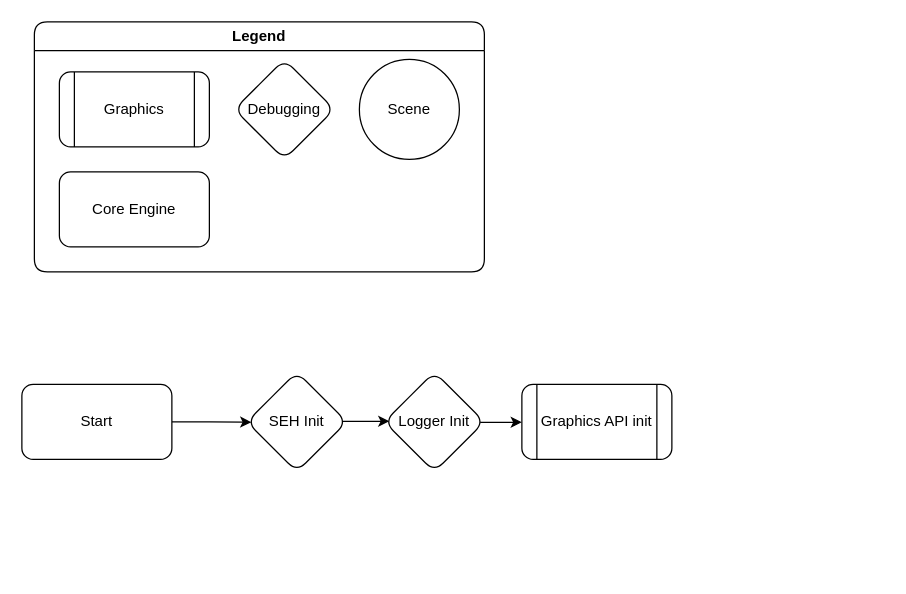
Before: _doc/diagrams/saved/engine-init.drawio in raging-loon/radium-engine-2.0, a draw.io diagram. Source tidied: cells renumbered, new cells numbered last; positions are measured from the earlier drawing's top-left corner, leaving out a move shared by most shapes. Both pictures are drawn from the tidied source at 125%, with x=0, y=0 at pixel (21, 21).
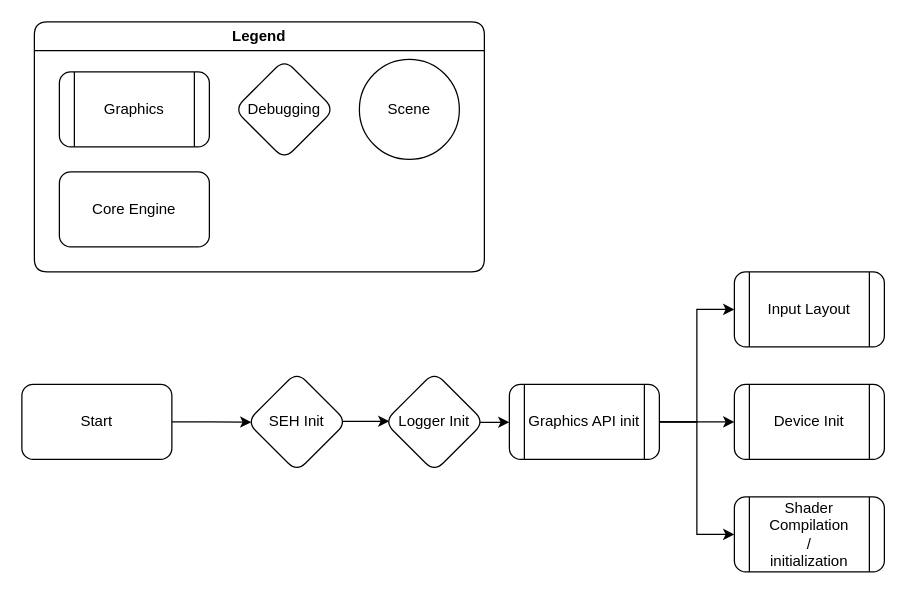
After the change.

Diff of the diagram source:
```diff
@@
 <mxGraphModel>
   <root>
     <mxCell id="0" />
     <mxCell id="1" parent="0" />
     <mxCell id="2" style="edgeStyle=orthogonalEdgeStyle;rounded=0;jettySize=auto;html=1;entryX=0.045;entryY=0.503;entryDx=0;entryDy=0;fontFamily=Helvetica;fontSize=12;fontColor=default;entryPerimeter=0;" parent="1" edge="1" source="3" target="10">
       <mxGeometry relative="1" as="geometry" />
     </mxCell>
     <mxCell id="3" value="Start" style="rounded=1;whiteSpace=wrap;html=1;" parent="1" vertex="1">
       <mxGeometry y="290" width="120" height="60" as="geometry" />
     </mxCell>
     <mxCell id="4" value="Legend" style="swimlane;whiteSpace=wrap;html=1;rounded=1;strokeColor=default;align=center;verticalAlign=middle;fontFamily=Helvetica;fontSize=12;fontColor=default;fillColor=default;" parent="1" vertex="1">
       <mxGeometry x="10" width="360" height="200" as="geometry" />
     </mxCell>
     <mxCell id="5" value="Graphics" style="shape=process;whiteSpace=wrap;html=1;backgroundOutline=1;rounded=1;strokeColor=default;align=center;verticalAlign=middle;fontFamily=Helvetica;fontSize=12;fontColor=default;fillColor=default;" parent="4" vertex="1">
       <mxGeometry x="20" y="40" width="120" height="60" as="geometry" />
     </mxCell>
     <mxCell id="6" value="Debugging" style="rhombus;whiteSpace=wrap;html=1;rounded=1;strokeColor=default;align=center;verticalAlign=middle;fontFamily=Helvetica;fontSize=12;fontColor=default;fillColor=default;" parent="4" vertex="1">
       <mxGeometry x="160" y="30" width="80" height="80" as="geometry" />
     </mxCell>
     <mxCell id="7" value="Core Engine" style="rounded=1;whiteSpace=wrap;html=1;strokeColor=default;align=center;verticalAlign=middle;fontFamily=Helvetica;fontSize=12;fontColor=default;fillColor=default;" parent="4" vertex="1">
       <mxGeometry x="20" y="120" width="120" height="60" as="geometry" />
     </mxCell>
     <mxCell id="8" value="Scene" style="ellipse;whiteSpace=wrap;html=1;rounded=1;strokeColor=default;align=center;verticalAlign=middle;fontFamily=Helvetica;fontSize=12;fontColor=default;fillColor=default;" parent="4" vertex="1">
       <mxGeometry x="260" y="30" width="80" height="80" as="geometry" />
     </mxCell>
     <mxCell id="9" style="edgeStyle=orthogonalEdgeStyle;rounded=0;jettySize=auto;html=1;entryX=0.05;entryY=0.506;entryDx=0;entryDy=0;fontFamily=Helvetica;fontSize=12;fontColor=default;exitX=0.941;exitY=0.494;exitDx=0;exitDy=0;exitPerimeter=0;entryPerimeter=0;" parent="1" edge="1" source="10" target="12">
       <mxGeometry relative="1" as="geometry" />
     </mxCell>
     <mxCell id="10" value="SEH Init" style="rhombus;whiteSpace=wrap;html=1;rounded=1;strokeColor=default;align=center;verticalAlign=middle;fontFamily=Helvetica;fontSize=12;fontColor=default;fillColor=default;" parent="1" vertex="1">
       <mxGeometry x="180" y="280" width="80" height="80" as="geometry" />
     </mxCell>
     <mxCell id="11" style="edgeStyle=orthogonalEdgeStyle;rounded=0;jettySize=auto;html=1;entryX=0;entryY=0.5;entryDx=0;entryDy=0;fontFamily=Helvetica;fontSize=12;fontColor=default;exitX=0.958;exitY=0.504;exitDx=0;exitDy=0;exitPerimeter=0;" parent="1" edge="1" source="12" target="13">
       <mxGeometry relative="1" as="geometry" />
     </mxCell>
     <mxCell id="12" value="Logger Init" style="rhombus;whiteSpace=wrap;html=1;rounded=1;strokeColor=default;align=center;verticalAlign=middle;fontFamily=Helvetica;fontSize=12;fontColor=default;fillColor=default;" parent="1" vertex="1">
       <mxGeometry x="290" y="280" width="80" height="80" as="geometry" />
     </mxCell>
+    <mxCell id="14" style="edgeStyle=orthogonalEdgeStyle;rounded=0;jettySize=auto;html=1;entryX=0;entryY=0.5;entryDx=0;entryDy=0;fontFamily=Helvetica;fontSize=12;fontColor=default;" parent="1" edge="1" source="13" target="17">
+      <mxGeometry relative="1" as="geometry" />
+    </mxCell>
+    <mxCell id="15" style="edgeStyle=orthogonalEdgeStyle;rounded=0;jettySize=auto;html=1;entryX=0;entryY=0.5;entryDx=0;entryDy=0;fontFamily=Helvetica;fontSize=12;fontColor=default;" parent="1" edge="1" source="13" target="18">
+      <mxGeometry relative="1" as="geometry" />
+    </mxCell>
+    <mxCell id="16" style="edgeStyle=orthogonalEdgeStyle;rounded=0;jettySize=auto;html=1;entryX=0;entryY=0.5;entryDx=0;entryDy=0;fontFamily=Helvetica;fontSize=12;fontColor=default;" parent="1" edge="1" source="13" target="19">
+      <mxGeometry relative="1" as="geometry" />
+    </mxCell>
     <mxCell id="13" value="Graphics API init" style="shape=process;whiteSpace=wrap;html=1;backgroundOutline=1;rounded=1;strokeColor=default;align=center;verticalAlign=middle;fontFamily=Helvetica;fontSize=12;fontColor=default;fillColor=default;" parent="1" vertex="1">
-      <mxGeometry x="400" y="290" width="120" height="60" as="geometry" />
+      <mxGeometry x="390" y="290" width="120" height="60" as="geometry" />
     </mxCell>
+    <mxCell id="17" value="Input Layout" style="shape=process;whiteSpace=wrap;html=1;backgroundOutline=1;rounded=1;strokeColor=default;align=center;verticalAlign=middle;fontFamily=Helvetica;fontSize=12;fontColor=default;fillColor=default;" parent="1" vertex="1">
+      <mxGeometry x="570" y="200" width="120" height="60" as="geometry" />
+    </mxCell>
+    <mxCell id="18" value="Device Init" style="shape=process;whiteSpace=wrap;html=1;backgroundOutline=1;rounded=1;strokeColor=default;align=center;verticalAlign=middle;fontFamily=Helvetica;fontSize=12;fontColor=default;fillColor=default;" parent="1" vertex="1">
+      <mxGeometry x="570" y="290" width="120" height="60" as="geometry" />
+    </mxCell>
+    <mxCell id="19" value="Shader Compilation&lt;br&gt;/&lt;br&gt;initialization" style="shape=process;whiteSpace=wrap;html=1;backgroundOutline=1;rounded=1;strokeColor=default;align=center;verticalAlign=middle;fontFamily=Helvetica;fontSize=12;fontColor=default;fillColor=default;" parent="1" vertex="1">
+      <mxGeometry x="570" y="380" width="120" height="60" as="geometry" />
+    </mxCell>
   </root>
 </mxGraphModel>
```
